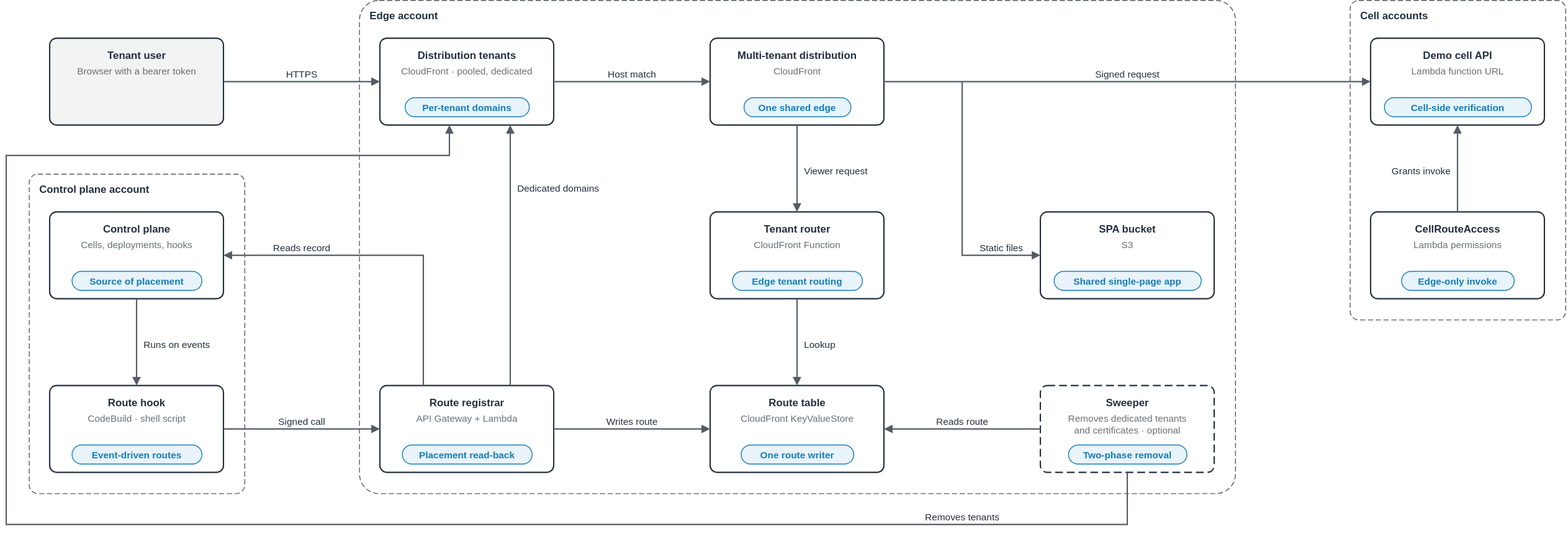
Above: samples/tenant-front-door/diagrams/tenant-front-door.components.drawio.svg in aws-samples/sample-agentic-ai-acceleration-patterns (draw.io), before the change. Source tidied: cells renumbered, new cells last; positions are measured from the earlier drawing's top-left corner, leaving out a move shared by most shapes.
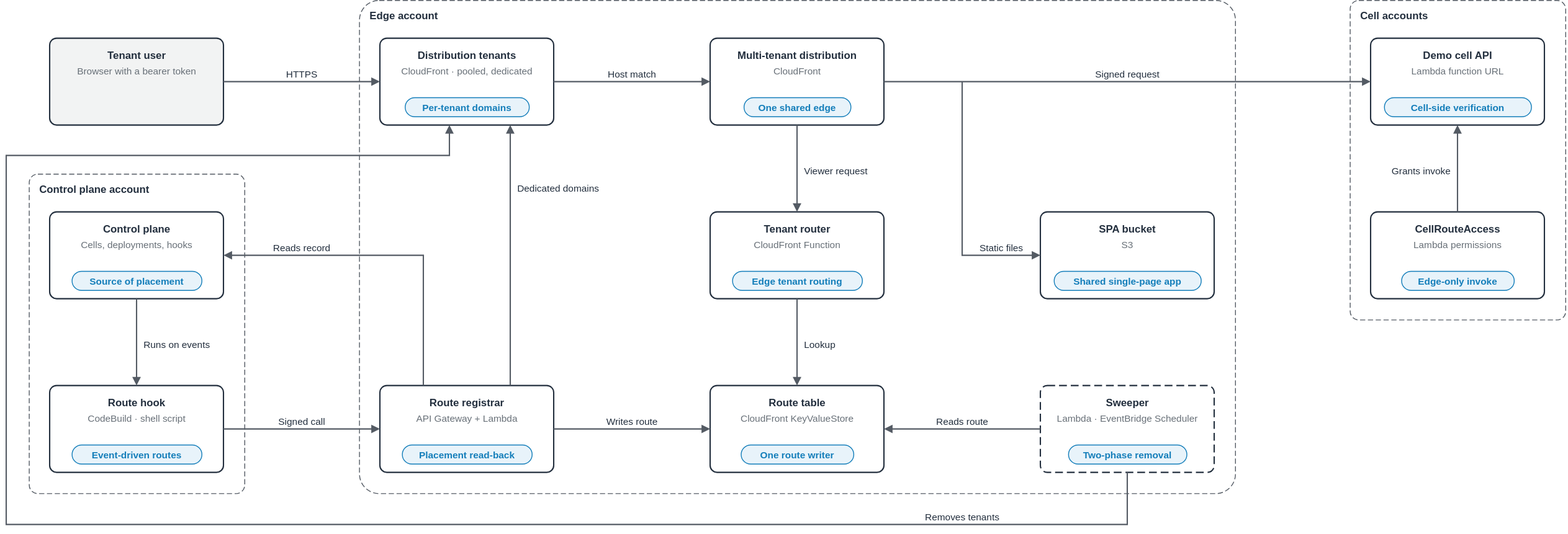
After the change.

Commit message:
tenant-front-door: review round 2 fixes (Region wording, single run estimate, status block, sweeper box)

What changed in the source:
```diff
@@ -122,8 +122,8 @@
     <mxCell id="41" value="Sweeper" style="text;html=0;align=center;verticalAlign=top;fontSize=12;fontStyle=1;fontColor=#232F3E;spacing=0;spacingTop=0;" parent="1" vertex="1">
       <mxGeometry x="1262.8" y="452" width="54.4" height="17" as="geometry" />
     </mxCell>
-    <mxCell id="42" value="Removes dedicated tenants&#10;and certificates · optional" style="text;html=0;align=center;verticalAlign=top;fontSize=11;fontStyle=0;fontColor=#687078;spacing=0;spacingTop=0;" parent="1" vertex="1">
-      <mxGeometry x="1204.8" y="471" width="170.3" height="30" as="geometry" />
+    <mxCell id="42" value="Lambda · EventBridge Scheduler" style="text;html=0;align=center;verticalAlign=top;fontSize=11;fontStyle=0;fontColor=#687078;spacing=0;spacingTop=0;" parent="1" vertex="1">
+      <mxGeometry x="1204.8" y="471" width="170.3" height="16" as="geometry" />
     </mxCell>
     <mxCell id="43" value="Two-phase removal" style="rounded=1;arcSize=50;html=0;fontSize=11;fontStyle=1;fontColor=#147EBA;fillColor=#E8F3FA;strokeColor=#147EBA;align=center;verticalAlign=middle;" parent="1" vertex="1">
       <mxGeometry x="1221.9" y="512" width="136.2" height="22" as="geometry" />
```
